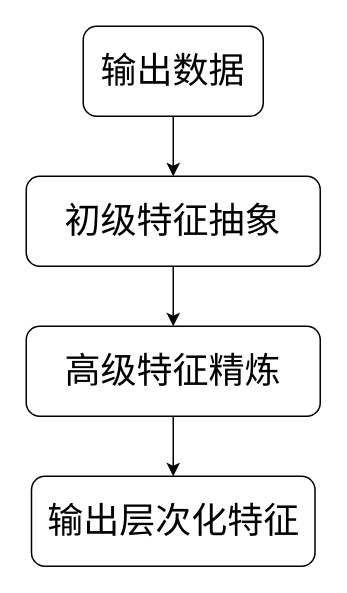
Earlier version of the draw.io diagram output/层次化特征处理.drawio (yagaoyg/BIKE-prediction). Source tidied: cells renumbered, new cells numbered last; positions are measured from the earlier drawing's top-left corner, leaving out a move shared by most shapes. Both pictures are drawn from the tidied source at 150%, with x=0, y=0 at pixel (26, 26).
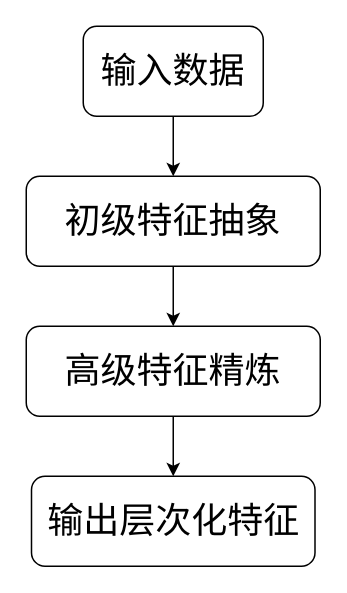
Above is the later version.

Commit message:
更新层次化特征处理.drawio

What changed in the source:
```diff
@@
 <mxGraphModel background="#ffffff">
   <root>
     <mxCell id="0" />
     <mxCell id="1" parent="0" />
     <mxCell id="2" style="edgeStyle=orthogonalEdgeStyle;rounded=0;jettySize=auto;html=1;exitX=0.5;exitY=1;exitDx=0;exitDy=0;entryX=0.5;entryY=0;entryDx=0;entryDy=0;" parent="1" edge="1" source="3" target="5">
       <mxGeometry relative="1" as="geometry" />
     </mxCell>
-    <mxCell id="3" value="&lt;font style=&quot;font-size: 24px;&quot;&gt;输出数据&lt;/font&gt;" style="rounded=1;whiteSpace=wrap;html=1;" parent="1" vertex="1">
+    <mxCell id="3" value="&lt;font style=&quot;font-size: 24px;&quot;&gt;输入数据&lt;/font&gt;" style="rounded=1;whiteSpace=wrap;html=1;" parent="1" vertex="1">
       <mxGeometry x="38" width="120" height="60" as="geometry" />
     </mxCell>
     <mxCell id="4" style="edgeStyle=orthogonalEdgeStyle;rounded=0;jettySize=auto;html=1;exitX=0.5;exitY=1;exitDx=0;exitDy=0;entryX=0.5;entryY=0;entryDx=0;entryDy=0;" parent="1" edge="1" source="5" target="7">
       <mxGeometry relative="1" as="geometry" />
     </mxCell>
     <mxCell id="5" value="&lt;font style=&quot;font-size: 24px;&quot;&gt;初级特征抽象&lt;/font&gt;" style="rounded=1;whiteSpace=wrap;html=1;" parent="1" vertex="1">
       <mxGeometry y="100" width="196" height="60" as="geometry" />
     </mxCell>
     <mxCell id="6" style="edgeStyle=orthogonalEdgeStyle;rounded=0;jettySize=auto;html=1;exitX=0.5;exitY=1;exitDx=0;exitDy=0;entryX=0.5;entryY=0;entryDx=0;entryDy=0;" parent="1" edge="1" source="7" target="8">
       <mxGeometry relative="1" as="geometry" />
     </mxCell>
     <mxCell id="7" value="&lt;font style=&quot;font-size: 24px;&quot;&gt;高级特征精炼&lt;/font&gt;" style="rounded=1;whiteSpace=wrap;html=1;" parent="1" vertex="1">
       <mxGeometry y="200" width="196" height="60" as="geometry" />
     </mxCell>
     <mxCell id="8" value="&lt;font style=&quot;font-size: 24px;&quot;&gt;输出层次化特征&lt;/font&gt;" style="rounded=1;whiteSpace=wrap;html=1;" parent="1" vertex="1">
       <mxGeometry x="3.5" y="300" width="189" height="60" as="geometry" />
     </mxCell>
   </root>
 </mxGraphModel>
```
